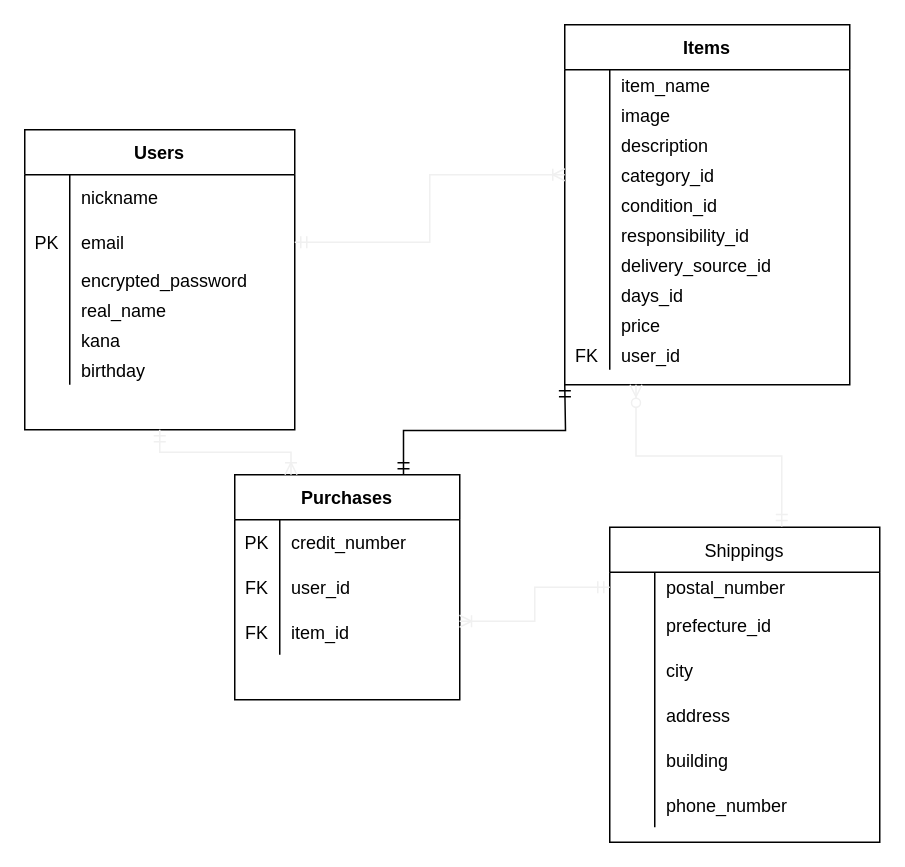
MaruyakiLog/furima-32890 keeps this draw.io diagram as er_diagram.dio. Above is the earlier version. Source tidied: cells renumbered, new cells numbered last; positions are measured from the earlier drawing's top-left corner, leaving out a move shared by most shapes. Both pictures are drawn from the tidied source at 150%, with x=0, y=0 at pixel (24, 24).
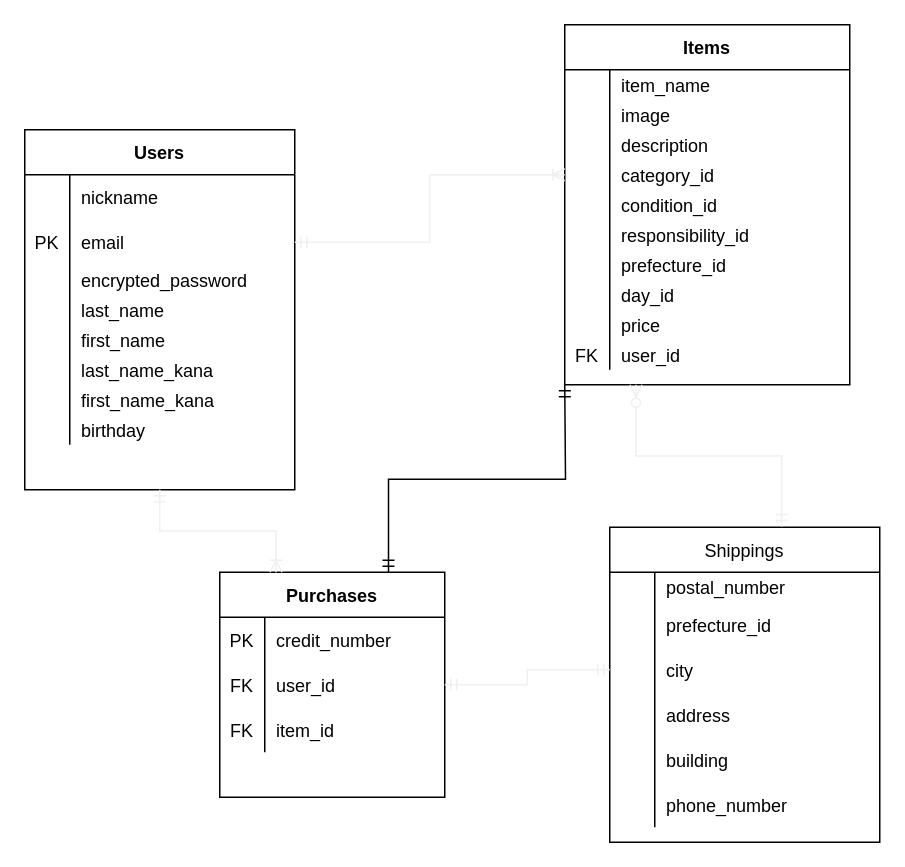
Above is the later version.

Commit message (it also covers changes not shown here):
README作成(DB設計)_レビュー指摘箇所の修正(2回目)

The change refers to these unchanged cells:
```xml
<mxCell id="40" style="shape=partialRectangle;fillColor=none;top=0;left=0;bottom=0;right=0;" parent="21" vertex="1">
  <mxGeometry y="150" width="190" height="20" as="geometry" />
</mxCell>
<mxCell id="43" style="shape=partialRectangle;fillColor=none;top=0;left=0;bottom=0;right=0;" parent="21" vertex="1">
  <mxGeometry y="170" width="190" height="20" as="geometry" />
</mxCell>
<mxCell id="56" style="shape=partialRectangle;fillColor=none;top=0;left=0;bottom=0;right=0;points=[[0,0.5],[1,0.5]];portConstraint=eastwest;" parent="52" vertex="1">
  <mxGeometry y="60" width="150" height="30" as="geometry" />
</mxCell>
<mxCell id="59" style="shape=partialRectangle;fillColor=none;top=0;left=0;bottom=0;right=0;points=[[0,0.5],[1,0.5]];portConstraint=eastwest;" parent="52" vertex="1">
  <mxGeometry y="90" width="150" height="30" as="geometry" />
</mxCell>
<mxCell id="63" style="shape=partialRectangle;fillColor=none;top=0;left=0;bottom=0;right=0;points=[[0,0.5],[1,0.5]];portConstraint=eastwest;" parent="62" vertex="1">
  <mxGeometry y="30" width="180" height="20" as="geometry" />
</mxCell>
<mxCell id="69" style="shape=partialRectangle;fillColor=none;top=0;left=0;bottom=0;right=0;points=[[0,0.5],[1,0.5]];portConstraint=eastwest;" parent="62" vertex="1">
  <mxGeometry y="80" width="180" height="30" as="geometry" />
</mxCell>
```

Diff of the diagram source:
```diff
@@
     <mxCell id="2" value="Users" style="shape=table;startSize=30;childLayout=tableLayout;rowLines=0;fontStyle=1;align=center;" parent="1" vertex="1">
-      <mxGeometry y="70" width="180" height="200" as="geometry" />
+      <mxGeometry y="70" width="180" height="240" as="geometry" />
     </mxCell>
@@
+    <mxCell id="87" style="shape=partialRectangle;fillColor=none;top=0;left=0;bottom=0;right=0;" parent="2" vertex="1">
+      <mxGeometry y="110" width="180" height="20" as="geometry" />
+    </mxCell>
+    <mxCell id="88" style="shape=partialRectangle;fillColor=none;top=0;left=0;bottom=0;right=0;overflow=hidden;" parent="87" vertex="1">
+      <mxGeometry width="30" height="20" as="geometry" />
+    </mxCell>
+    <mxCell id="89" value="last_name" style="shape=partialRectangle;fillColor=none;top=0;left=0;bottom=0;right=0;align=left;spacingLeft=6;overflow=hidden;" parent="87" vertex="1">
+      <mxGeometry x="30" width="150" height="20" as="geometry" />
+    </mxCell>
     <mxCell id="12" style="shape=partialRectangle;fillColor=none;top=0;left=0;bottom=0;right=0;" parent="2" vertex="1">
-      <mxGeometry y="110" width="180" height="20" as="geometry" />
+      <mxGeometry y="130" width="180" height="20" as="geometry" />
     </mxCell>
@@
-    <mxCell id="14" value="real_name" style="shape=partialRectangle;fillColor=none;top=0;left=0;bottom=0;right=0;align=left;spacingLeft=6;overflow=hidden;" parent="12" vertex="1">
+    <mxCell id="14" value="first_name" style="shape=partialRectangle;fillColor=none;top=0;left=0;bottom=0;right=0;align=left;spacingLeft=6;overflow=hidden;" parent="12" vertex="1">
       <mxGeometry x="30" width="150" height="20" as="geometry" />
     </mxCell>
+    <mxCell id="90" style="shape=partialRectangle;fillColor=none;top=0;left=0;bottom=0;right=0;" parent="2" vertex="1">
+      <mxGeometry y="150" width="180" height="20" as="geometry" />
+    </mxCell>
+    <mxCell id="91" style="shape=partialRectangle;fillColor=none;top=0;left=0;bottom=0;right=0;overflow=hidden;" parent="90" vertex="1">
+      <mxGeometry width="30" height="20" as="geometry" />
+    </mxCell>
+    <mxCell id="92" value="last_name_kana" style="shape=partialRectangle;fillColor=none;top=0;left=0;bottom=0;right=0;align=left;spacingLeft=6;overflow=hidden;" parent="90" vertex="1">
+      <mxGeometry x="30" width="150" height="20" as="geometry" />
+    </mxCell>
     <mxCell id="15" style="shape=partialRectangle;fillColor=none;top=0;left=0;bottom=0;right=0;" parent="2" vertex="1">
-      <mxGeometry y="130" width="180" height="20" as="geometry" />
+      <mxGeometry y="170" width="180" height="20" as="geometry" />
     </mxCell>
@@
-    <mxCell id="17" value="kana" style="shape=partialRectangle;fillColor=none;top=0;left=0;bottom=0;right=0;align=left;spacingLeft=6;overflow=hidden;" parent="15" vertex="1">
+    <mxCell id="17" value="first_name_kana" style="shape=partialRectangle;fillColor=none;top=0;left=0;bottom=0;right=0;align=left;spacingLeft=6;overflow=hidden;" parent="15" vertex="1">
       <mxGeometry x="30" width="150" height="20" as="geometry" />
     </mxCell>
     <mxCell id="18" style="shape=partialRectangle;fillColor=none;top=0;left=0;bottom=0;right=0;" parent="2" vertex="1">
-      <mxGeometry y="150" width="180" height="20" as="geometry" />
+      <mxGeometry y="190" width="180" height="20" as="geometry" />
     </mxCell>
@@
-    <mxCell id="42" value="delivery_source_id" style="shape=partialRectangle;fillColor=none;top=0;left=0;bottom=0;right=0;align=left;spacingLeft=6;overflow=hidden;" parent="40" vertex="1">
+    <mxCell id="42" value="prefecture_id" style="shape=partialRectangle;fillColor=none;top=0;left=0;bottom=0;right=0;align=left;spacingLeft=6;overflow=hidden;" parent="40" vertex="1">
       <mxGeometry x="30" width="160" height="20" as="geometry" />
     </mxCell>
@@
-    <mxCell id="45" value="days_id" style="shape=partialRectangle;fillColor=none;top=0;left=0;bottom=0;right=0;align=left;spacingLeft=6;overflow=hidden;" parent="43" vertex="1">
+    <mxCell id="45" value="day_id" style="shape=partialRectangle;fillColor=none;top=0;left=0;bottom=0;right=0;align=left;spacingLeft=6;overflow=hidden;" parent="43" vertex="1">
       <mxGeometry x="30" width="160" height="20" as="geometry" />
     </mxCell>
@@
     <mxCell id="52" value="Purchases" style="shape=table;startSize=30;childLayout=tableLayout;rowLines=0;fontStyle=1;align=center;" parent="1" vertex="1">
-      <mxGeometry x="140" y="300" width="150" height="150" as="geometry" />
+      <mxGeometry x="130" y="365" width="150" height="150" as="geometry" />
     </mxCell>
@@
-    <mxCell id="86" style="edgeStyle=orthogonalEdgeStyle;fontSize=12;html=1;endArrow=ERoneToMany;startArrow=ERmandOne;strokeColor=#f0f0f0;rounded=0;entryX=0.999;entryY=0.256;entryDx=0;entryDy=0;entryPerimeter=0;exitX=0;exitY=0.5;exitDx=0;exitDy=0;" parent="1" edge="1" source="63" target="59">
-      <mxGeometry relative="1" as="geometry" />
-    </mxCell>
+    <mxCell id="93" style="edgeStyle=orthogonalEdgeStyle;fontSize=12;html=1;endArrow=ERmandOne;startArrow=ERmandOne;strokeColor=#f0f0f0;rounded=0;entryX=0;entryY=0.5;entryDx=0;entryDy=0;exitX=1;exitY=0.5;exitDx=0;exitDy=0;" parent="1" edge="1" source="56" target="69">
+      <mxGeometry relative="1" as="geometry" />
+    </mxCell>
```
